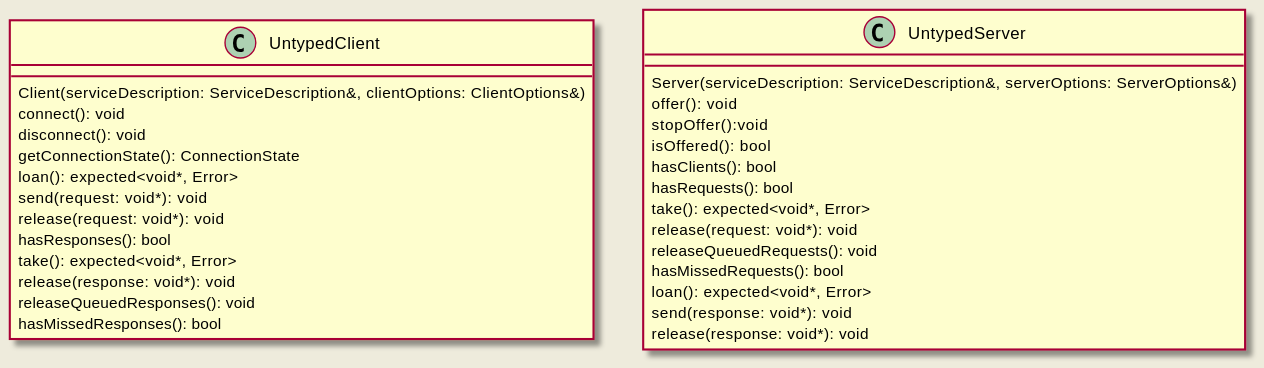
The PlantUML diagram doc/design/diagrams/request_response/untyped_api.svg in eclipse-iceoryx/iceoryx, before a commit. Its source is kept beside it as doc/design/diagrams/request_response/untyped_api.puml. Source of this version:
```plantuml
@startuml
skinparam backgroundColor #EEEBDC

class UntypedClient {
  Client(serviceDescription: ServiceDescription&, clientOptions: ClientOptions&)
  connect(): void
  disconnect(): void
  getConnectionState(): ConnectionState
  loan(): expected<void*, Error>
  send(request: void*): void
  release(request: void*): void
  hasResponses(): bool
  take(): expected<void*, Error>
  release(response: void*): void
  releaseQueuedResponses(): void
  hasMissedResponses(): bool
}

class UntypedServer {
  Server(serviceDescription: ServiceDescription&, serverOptions: ServerOptions&)
  offer(): void
  stopOffer():void
  isOffered(): bool
  hasClients(): bool
  hasRequests(): bool
  take(): expected<void*, Error>
  release(request: void*): void
  releaseQueuedRequests(): void
  hasMissedRequests(): bool
  loan(): expected<void*, Error>
  send(response: void*): void
  release(response: void*): void
}

@enduml
```
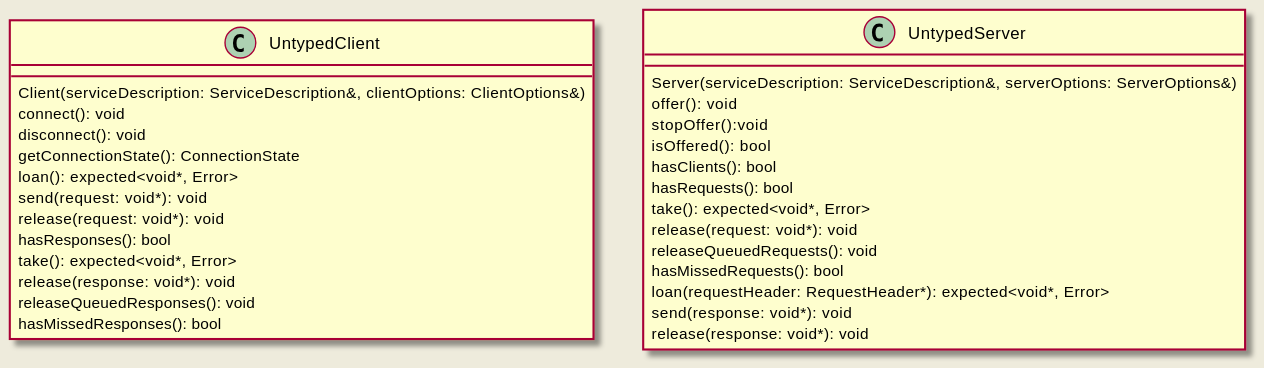
After the commit.

Change to the diagram source:
```diff
@@ -27,7 +27,7 @@
   release(request: void*): void
   releaseQueuedRequests(): void
   hasMissedRequests(): bool
-  loan(): expected<void*, Error>
+  loan(requestHeader: RequestHeader*): expected<void*, Error>
   send(response: void*): void
   release(response: void*): void
 }
```
